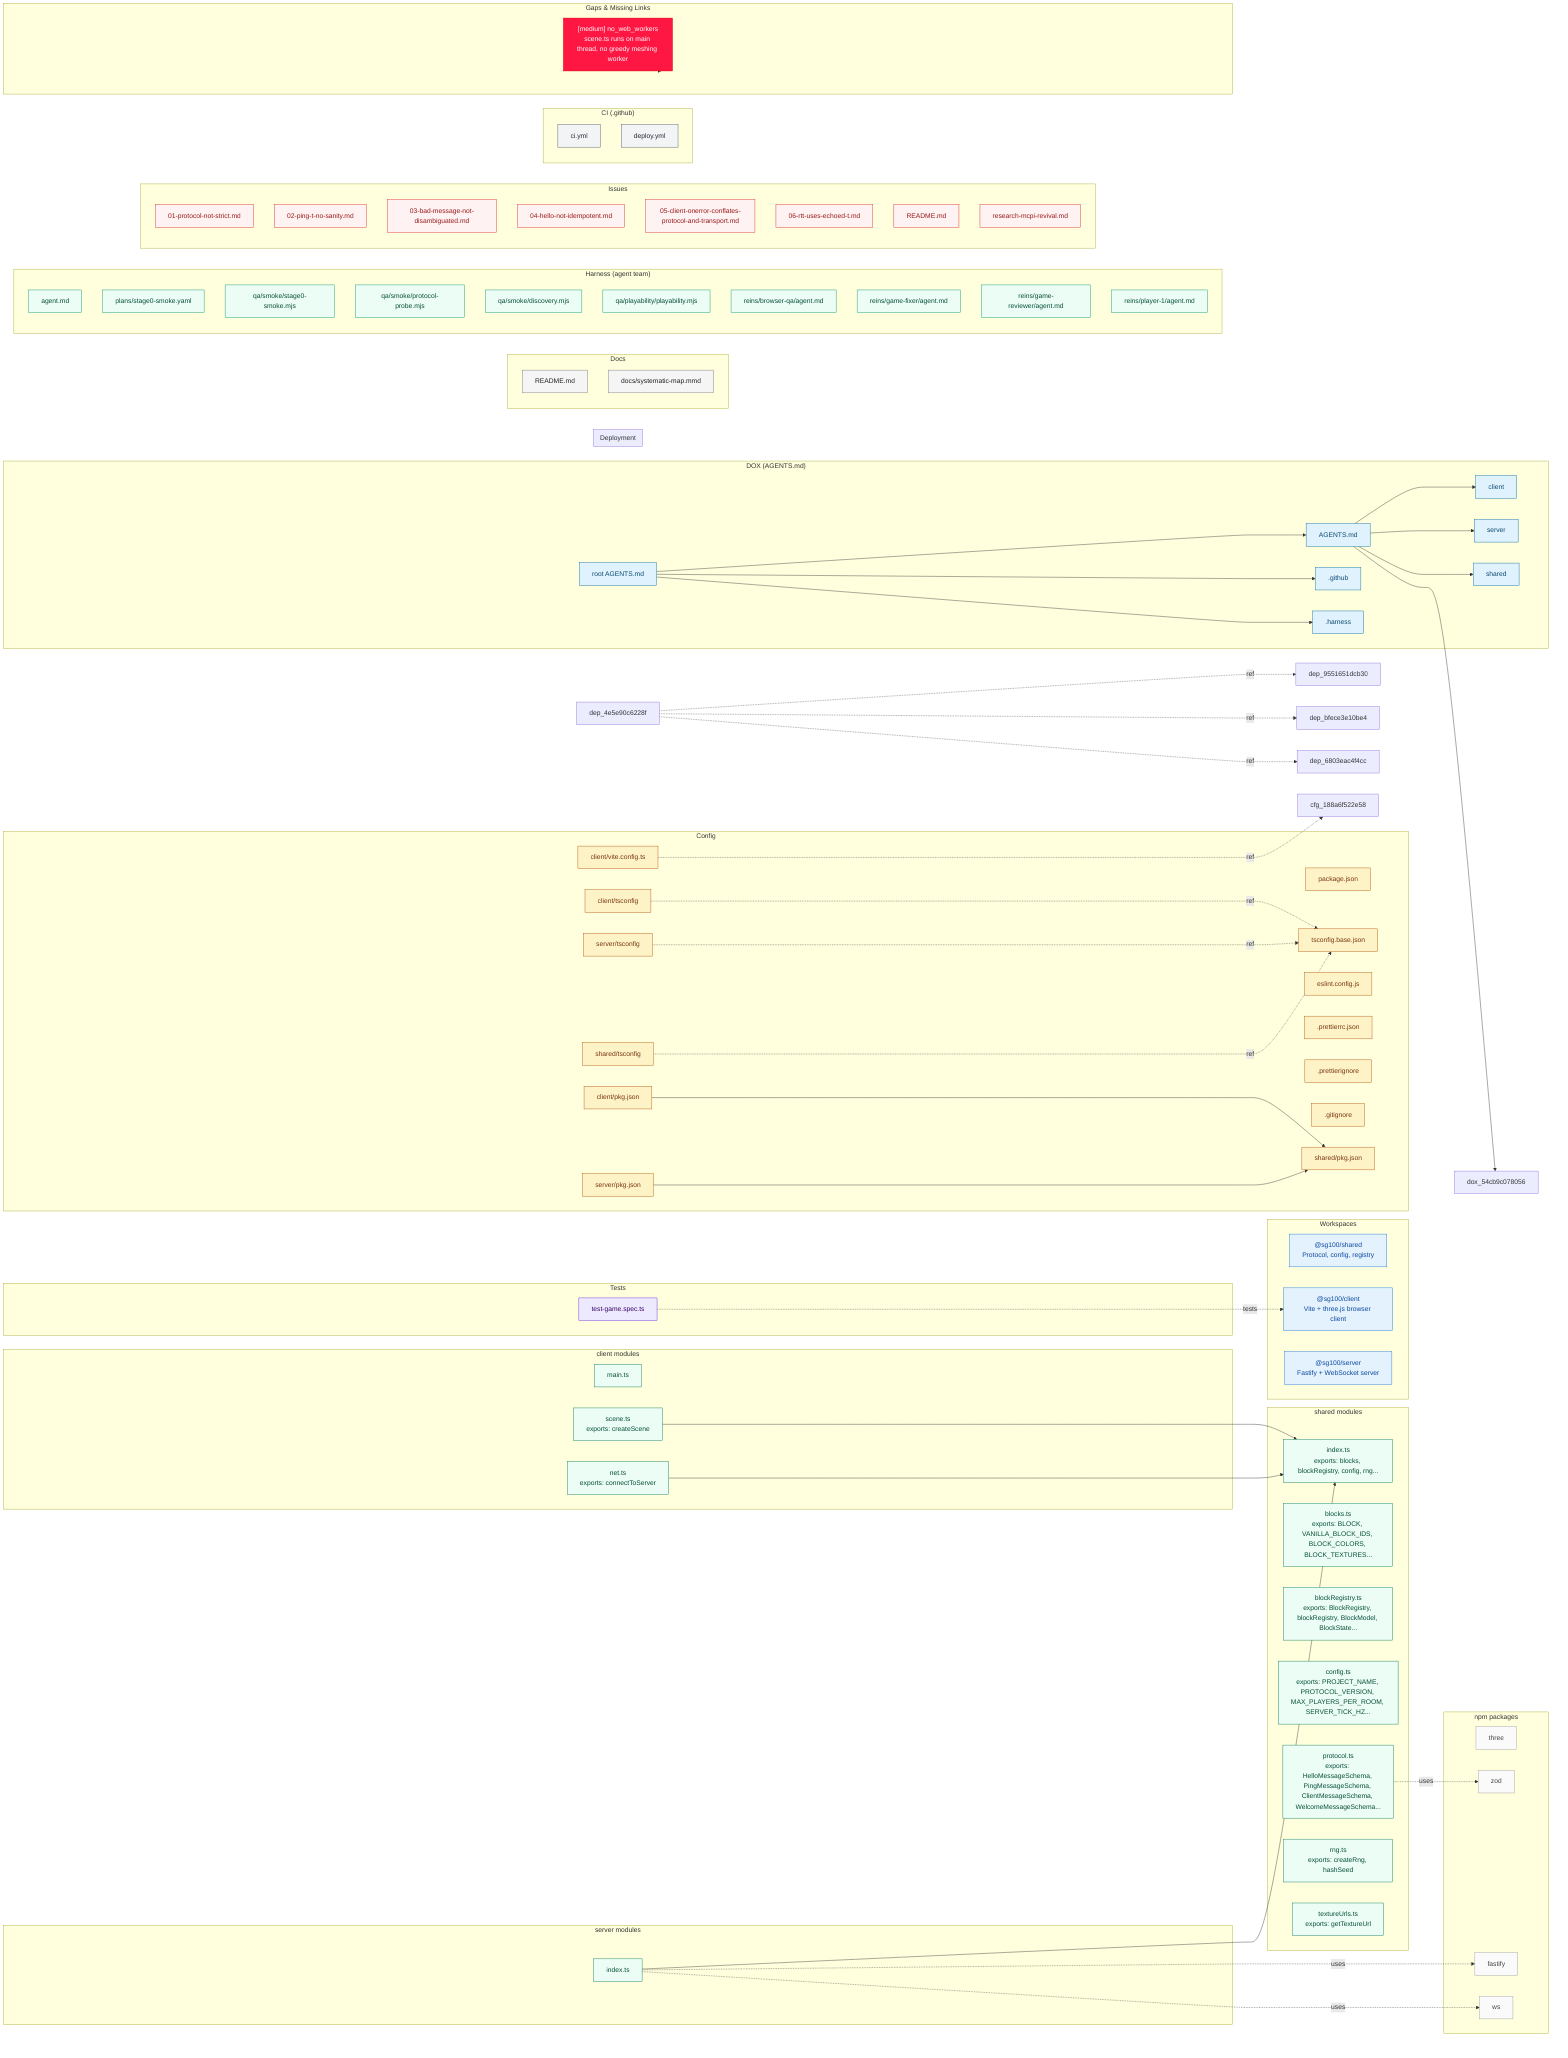
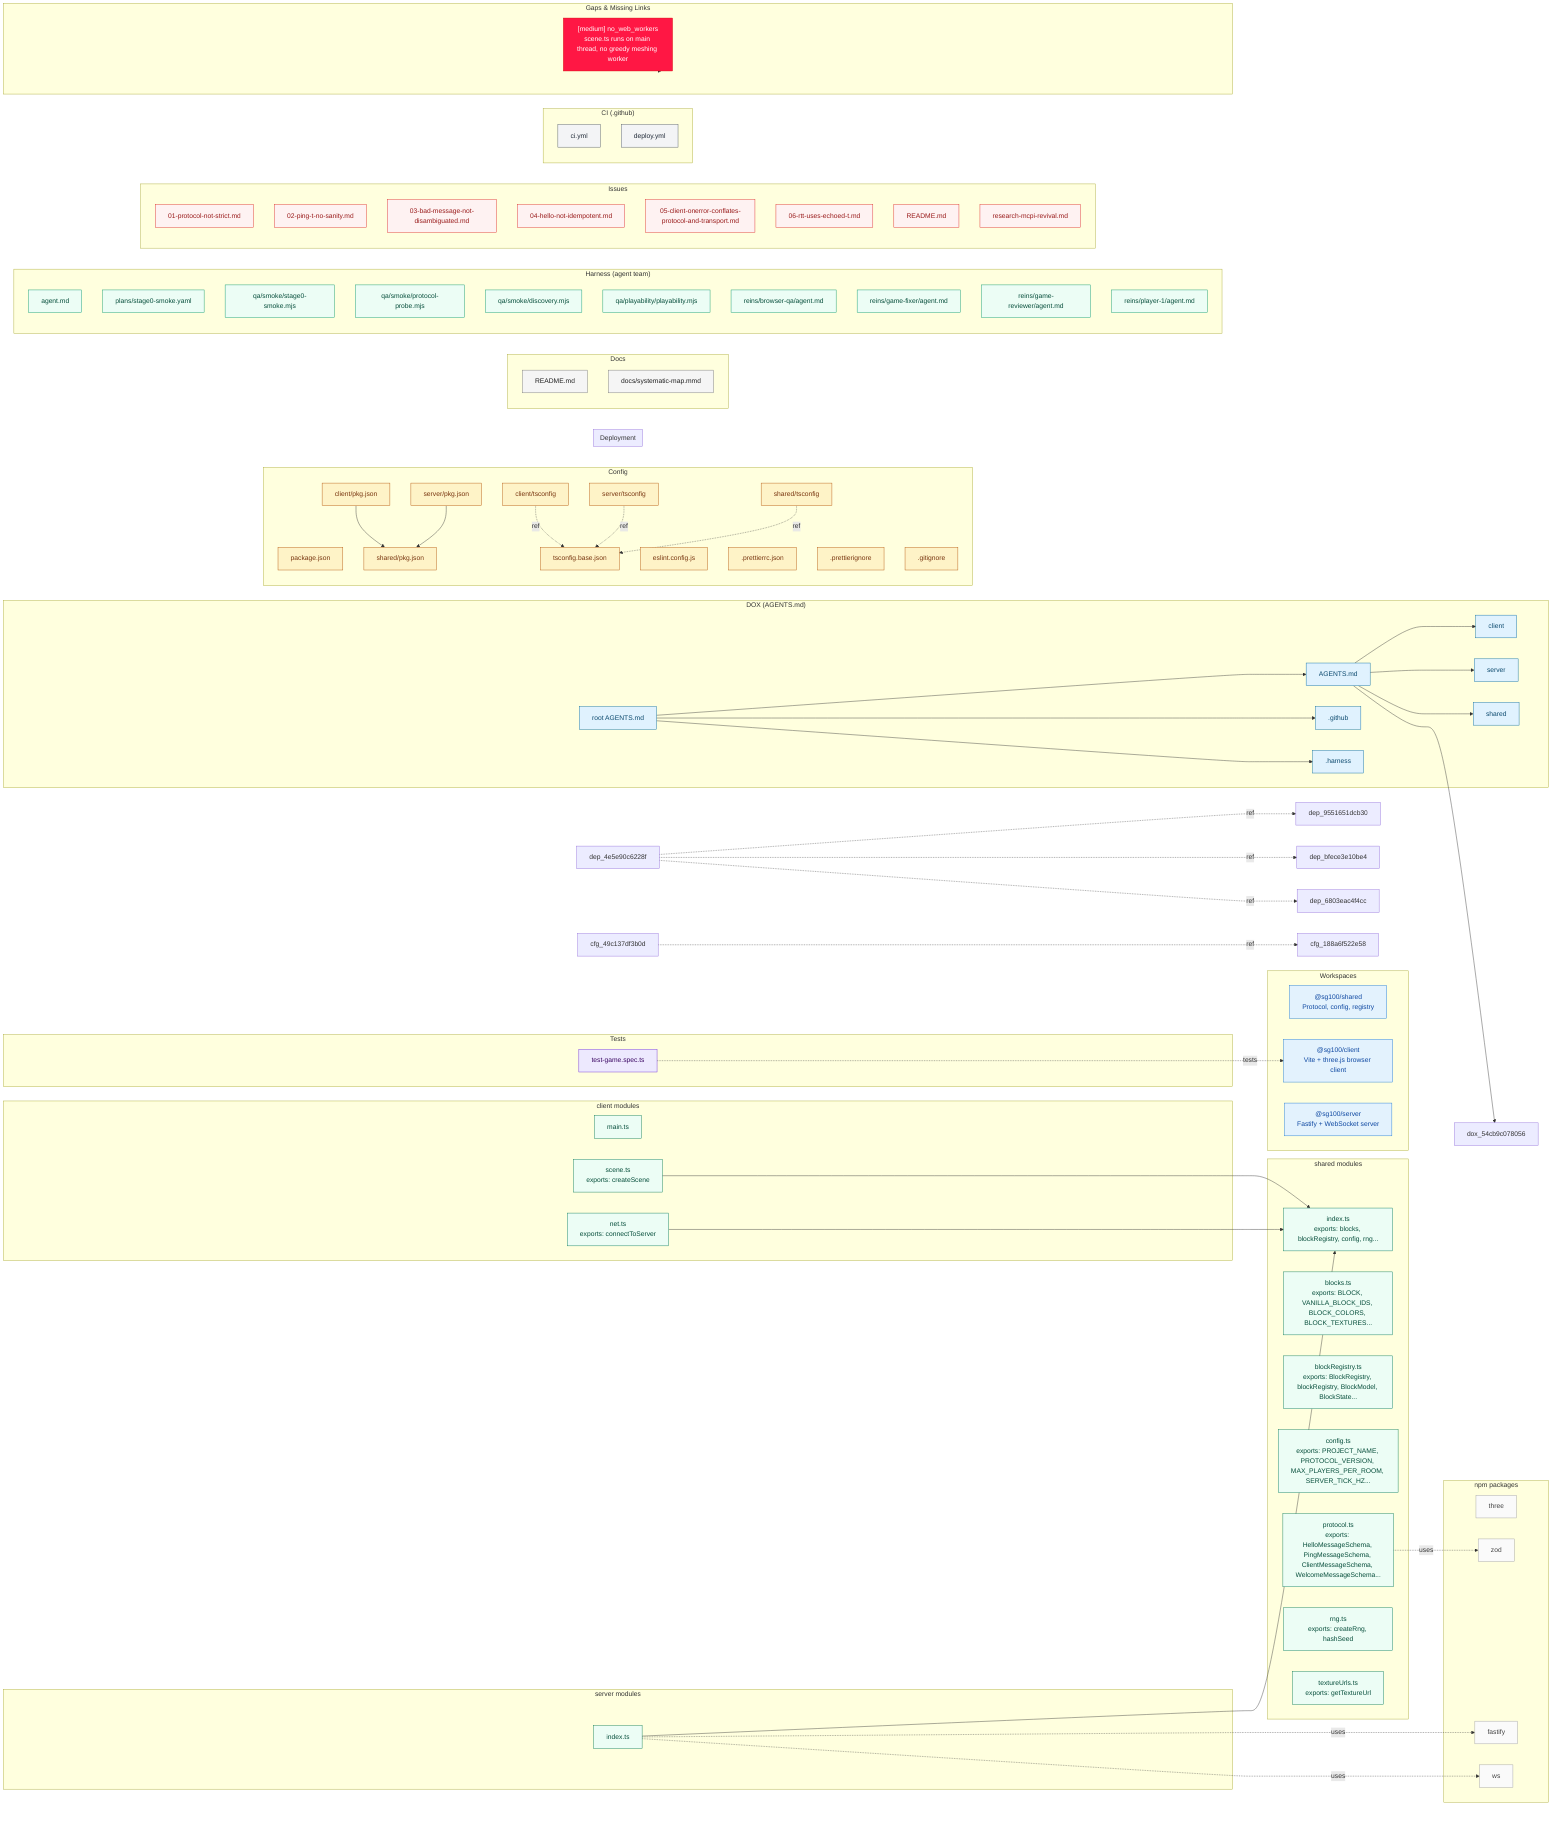
flowchart LR
  classDef workspace fill:#e3f2fd,stroke:#1976d2,color:#0d47a1
  classDef module fill:#ecfdf5,stroke:#047857,color:#064e3b
  classDef config fill:#fef3c7,stroke:#b45309,color:#78350f
  classDef deploy fill:#fee2e2,stroke:#b91c1c,color:#7f1d1d
  classDef dox fill:#e0f2fe,stroke:#0369a1,color:#0c4a6e
  classDef doc fill:#f5f5f5,stroke:#757575,color:#212121
  classDef test fill:#ede9fe,stroke:#6d28d9,color:#3b0764
  classDef harness fill:#ecfdf5,stroke:#059669,color:#064e3b
  classDef issue fill:#fef2f2,stroke:#dc2626,color:#991b1b
  classDef ci fill:#f3f4f6,stroke:#4b5563,color:#1f2937
  classDef npm fill:#fafafa,stroke:#9e9e9e,color:#424242
  classDef gap fill:#ff1744,stroke:#d50000,color:#ffffff
-   %% Summary: {"files":782,"modules":11,"npm_packages":3,"import_edges":6,"gap_count":1}
+   %% Summary: {"files":781,"modules":11,"npm_packages":3,"import_edges":6,"gap_count":1}

  subgraph WORKSPACES["Workspaces"]
    ws_shared["@sg100/shared\nProtocol, config, registry"]:::workspace
    ws_client["@sg100/client\nVite + three.js browser client"]:::workspace
    ws_server["@sg100/server\nFastify + WebSocket server"]:::workspace
  end

  subgraph MOD_SHARED["shared modules"]
    mod_21821d6d4273["index.ts\nexports: blocks, blockRegistry, config, rng..."]:::module
    mod_b74f08e6d180["blocks.ts\nexports: BLOCK, VANILLA_BLOCK_IDS, BLOCK_COLORS, BLOCK_TEXTURES..."]:::module
    mod_59b70ee5611d["blockRegistry.ts\nexports: BlockRegistry, blockRegistry, BlockModel, BlockState..."]:::module
    mod_6c9dde7ef55c["config.ts\nexports: PROJECT_NAME, PROTOCOL_VERSION, MAX_PLAYERS_PER_ROOM, SERVER_TICK_HZ..."]:::module
    mod_1769cb4ac51b["protocol.ts\nexports: HelloMessageSchema, PingMessageSchema, ClientMessageSchema, WelcomeMessageSchema..."]:::module
    mod_94de254da76c["rng.ts\nexports: createRng, hashSeed"]:::module
    mod_61ed6f06b9fb["textureUrls.ts\nexports: getTextureUrl"]:::module
  end

  subgraph MOD_CLIENT["client modules"]
    mod_188a6f522e58["main.ts"]:::module
    mod_f63c4faf7db8["scene.ts\nexports: createScene"]:::module
    mod_c60f6217a9fe["net.ts\nexports: connectToServer"]:::module
  end

  subgraph MOD_SERVER["server modules"]
    mod_544c6c6d49ee["index.ts"]:::module
  end

  subgraph NPM["npm packages"]
    npm_three["three"]:::npm
    npm_zod["zod"]:::npm
    npm_fastify["fastify"]:::npm
    npm_ws["ws"]:::npm
  end

  subgraph CONFIG["Config"]
    cfg_b9cfc7f2cdf7["package.json"]:::config
    cfg_bd08939a7f74["tsconfig.base.json"]:::config
    cfg_e7f6d45c8af2["eslint.config.js"]:::config
    cfg_ff25e0d5bd5e[".prettierrc.json"]:::config
    cfg_23949df756e1[".prettierignore"]:::config
    cfg_a084b794bc07[".gitignore"]:::config
    cfg_30a035b5c9df["client/pkg.json"]:::config
    cfg_1d0b340b7dce["client/tsconfig"]:::config
-     cfg_49c137df3b0d["client/vite.config.ts"]:::config
    cfg_8c42f42f65d0["server/pkg.json"]:::config
    cfg_f9fa0eb3c81c["server/tsconfig"]:::config
    cfg_ab6458f6838f["shared/pkg.json"]:::config
    cfg_b7aaf361f3c3["shared/tsconfig"]:::config
  end

  subgraph DEPLOY["Deployment"]
  end

  subgraph DOX["DOX (AGENTS.md)"]
    dox_bc5441b46c60["root AGENTS.md"]:::dox
    dox_d6b6bace75ac["AGENTS.md"]:::dox
    dox_ca2d6a7590ed["client"]:::dox
    dox_c0d2d0473bab["server"]:::dox
    dox_79bed11741a0["shared"]:::dox
    dox_6ccb0c1fd449[".github"]:::dox
    dox_78539403181b[".harness"]:::dox
  end

  subgraph DOCS["Docs"]
    doc_04c6e90faac2["README.md"]:::doc
    doc_887a0d2cbc14["docs/systematic-map.mmd"]:::doc
  end

  subgraph TEST["Tests"]
    test_93acd3d81f7e["test-game.spec.ts"]:::test
  end

  subgraph HARNESS["Harness (agent team)"]
    harn_398583b85005["agent.md"]:::harness
    harn_91b66b6b9f82["plans/stage0-smoke.yaml"]:::harness
    harn_b7bdc105c8d9["qa/smoke/stage0-smoke.mjs"]:::harness
    harn_53ee8949f323["qa/smoke/protocol-probe.mjs"]:::harness
    harn_1a1911110a87["qa/smoke/discovery.mjs"]:::harness
    harn_ef065ed3cce5["qa/playability/playability.mjs"]:::harness
    harn_74c315e9d73d["reins/browser-qa/agent.md"]:::harness
    harn_a67d2ed27475["reins/game-fixer/agent.md"]:::harness
    harn_3a8a9f5c18f6["reins/game-reviewer/agent.md"]:::harness
    harn_597d5a616e3e["reins/player-1/agent.md"]:::harness
  end

  subgraph ISSUES["Issues"]
    iss_0264c22478fd["01-protocol-not-strict.md"]:::issue
    iss_f76cc338fcdf["02-ping-t-no-sanity.md"]:::issue
    iss_16f3e47c94f7["03-bad-message-not-disambiguated.md"]:::issue
    iss_ee19e0f29577["04-hello-not-idempotent.md"]:::issue
    iss_8cef78a32f50["05-client-onerror-conflates-protocol-and-transport.md"]:::issue
    iss_c4668ef32fa9["06-rtt-uses-echoed-t.md"]:::issue
    iss_c0f97ce05e5c["README.md"]:::issue
    iss_a68d9d2b6518["research-mcpi-revival.md"]:::issue
  end

  subgraph CI["CI (.github)"]
    ci_e9f950f17198["ci.yml"]:::ci
    ci_3680803a67ea["deploy.yml"]:::ci
  end

  subgraph GAP["Gaps & Missing Links"]
    gap_0["[medium] no_web_workers\nscene.ts runs on main thread, no greedy meshing worker"]:::gap
  end

  %% Workspace dependencies
  cfg_30a035b5c9df --> cfg_ab6458f6838f
  cfg_8c42f42f65d0 --> cfg_ab6458f6838f

  %% Module imports
  mod_f63c4faf7db8 --> mod_21821d6d4273
  mod_c60f6217a9fe --> mod_21821d6d4273
  mod_544c6c6d49ee --> mod_21821d6d4273

  %% npm package usage
  mod_1769cb4ac51b -.uses.-> npm_zod
  mod_544c6c6d49ee -.uses.-> npm_fastify
  mod_544c6c6d49ee -.uses.-> npm_ws

  %% DOX ownership
  dox_bc5441b46c60 --> dox_d6b6bace75ac
  dox_d6b6bace75ac --> dox_ca2d6a7590ed
  dox_d6b6bace75ac --> dox_c0d2d0473bab
  dox_d6b6bace75ac --> dox_79bed11741a0
  dox_d6b6bace75ac --> dox_54cb9c078056
  dox_bc5441b46c60 --> dox_6ccb0c1fd449
  dox_bc5441b46c60 --> dox_78539403181b

  %% Deploy references
  dep_4e5e90c6228f -.ref.-> dep_9551651dcb30
  dep_4e5e90c6228f -.ref.-> dep_bfece3e10be4
  dep_4e5e90c6228f -.ref.-> dep_6803eac4f4cc

  %% Config references
  cfg_1d0b340b7dce -.ref.-> cfg_bd08939a7f74
  cfg_f9fa0eb3c81c -.ref.-> cfg_bd08939a7f74
  cfg_b7aaf361f3c3 -.ref.-> cfg_bd08939a7f74
  cfg_49c137df3b0d -.ref.-> cfg_188a6f522e58

  %% Test targets
  test_93acd3d81f7e -.tests.-> ws_client

  %% Gap edges
  GAP -.-> gap_0
